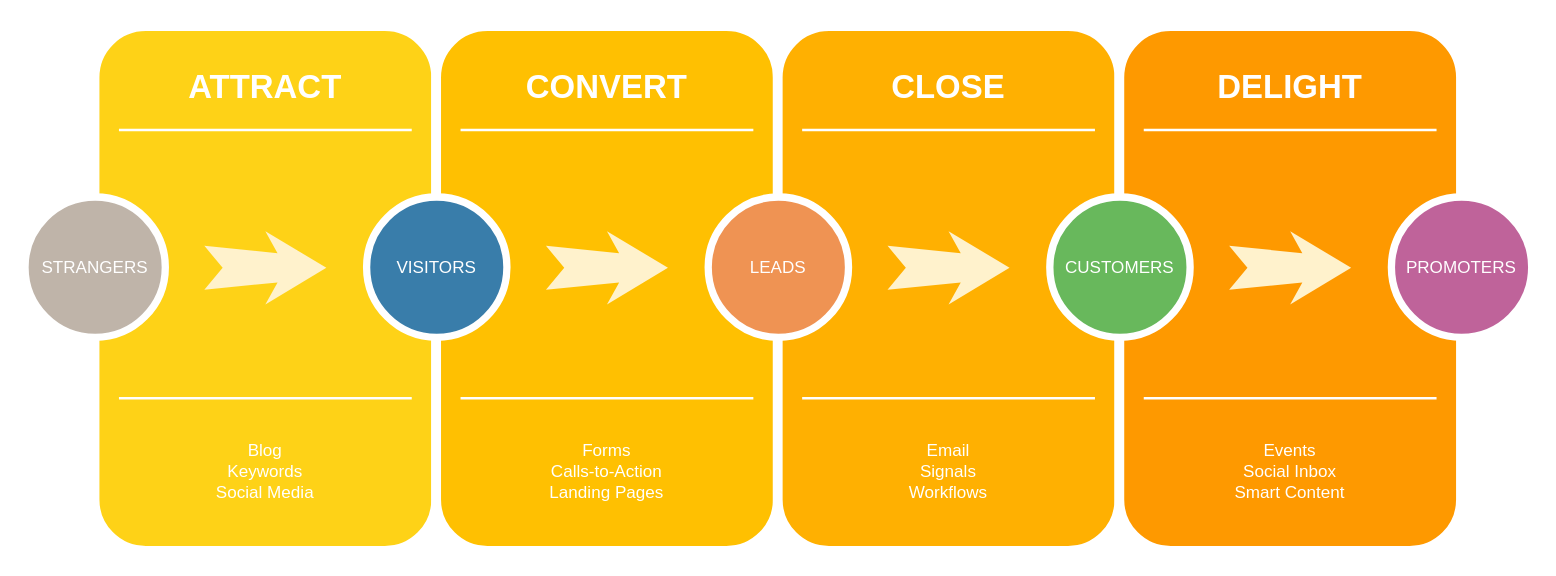
dmstjdhdh/Git-Tutorial keeps this draw.io diagram as Untitled Diagram.drawio. Above is the earlier version. Source tidied: cells renumbered, new cells numbered last; positions are measured from the earlier drawing's top-left corner, leaving out a move shared by most shapes. Both pictures are drawn from the tidied source at 122%, with x=0, y=0 at pixel (24, 26).
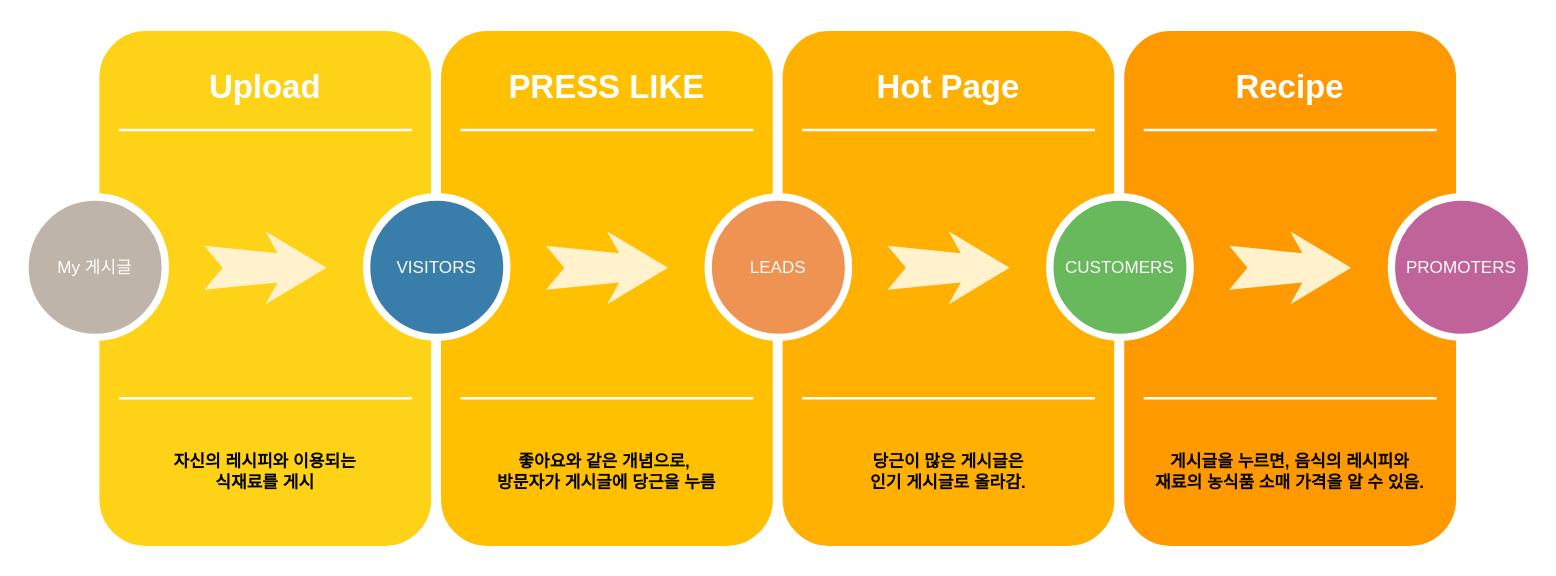
After the change.

Change to the diagram source:
```diff
@@
-    <mxCell id="3" value="ATTRACT" style="text;html=1;strokeColor=none;fillColor=none;align=center;verticalAlign=middle;whiteSpace=wrap;rounded=0;shadow=0;fontSize=27;fontColor=#FFFFFF;fontStyle=1;" parent="1" vertex="1">
+    <mxCell id="3" value="Upload" style="text;html=1;strokeColor=none;fillColor=none;align=center;verticalAlign=middle;whiteSpace=wrap;rounded=0;shadow=0;fontSize=27;fontColor=#FFFFFF;fontStyle=1;" parent="1" vertex="1">
       <mxGeometry x="57" y="20" width="280" height="60" as="geometry" />
     </mxCell>
-    <mxCell id="4" value="Blog&lt;div&gt;Keywords&lt;/div&gt;&lt;div&gt;Social Media&lt;/div&gt;" style="text;html=1;strokeColor=none;fillColor=none;align=center;verticalAlign=middle;whiteSpace=wrap;rounded=0;shadow=0;fontSize=14;fontColor=#FFFFFF;" parent="1" vertex="1">
+    <mxCell id="4" value="&lt;font color=&quot;#000000&quot;&gt;&lt;b&gt;자신의 레시피와 이용되는&lt;br&gt;식재료를 게시&lt;/b&gt;&lt;/font&gt;" style="text;html=1;strokeColor=none;fillColor=none;align=center;verticalAlign=middle;whiteSpace=wrap;rounded=0;shadow=0;fontSize=14;fontColor=#FFFFFF;" parent="1" vertex="1">
       <mxGeometry x="57" y="320" width="280" height="90" as="geometry" />
     </mxCell>
@@
-    <mxCell id="7" value="STRANGERS" style="ellipse;whiteSpace=wrap;html=1;rounded=0;shadow=0;strokeWidth=6;fontSize=14;align=center;fillColor=#BFB4A9;strokeColor=#FFFFFF;fontColor=#FFFFFF;" parent="1" vertex="1">
+    <mxCell id="7" value="My 게시글" style="ellipse;whiteSpace=wrap;html=1;rounded=0;shadow=0;strokeWidth=6;fontSize=14;align=center;fillColor=#BFB4A9;strokeColor=#FFFFFF;fontColor=#FFFFFF;" parent="1" vertex="1">
       <mxGeometry y="140" width="115" height="115" as="geometry" />
     </mxCell>
@@
-    <mxCell id="10" value="CONVERT" style="text;html=1;strokeColor=none;fillColor=none;align=center;verticalAlign=middle;whiteSpace=wrap;rounded=0;shadow=0;fontSize=27;fontColor=#FFFFFF;fontStyle=1;" parent="1" vertex="1">
+    <mxCell id="10" value="PRESS LIKE" style="text;html=1;strokeColor=none;fillColor=none;align=center;verticalAlign=middle;whiteSpace=wrap;rounded=0;shadow=0;fontSize=27;fontColor=#FFFFFF;fontStyle=1;" parent="1" vertex="1">
       <mxGeometry x="337" y="20" width="280" height="60" as="geometry" />
     </mxCell>
-    <mxCell id="11" value="Forms&lt;div&gt;Calls-to-Action&lt;/div&gt;&lt;div&gt;Landing Pages&lt;/div&gt;" style="text;html=1;strokeColor=none;fillColor=none;align=center;verticalAlign=middle;whiteSpace=wrap;rounded=0;shadow=0;fontSize=14;fontColor=#FFFFFF;" parent="1" vertex="1">
+    <mxCell id="11" value="&lt;font color=&quot;#000000&quot;&gt;&lt;b&gt;좋아요와 같은 개념으로,&amp;nbsp;&lt;br&gt;방문자가 게시글에 당근을 누름&lt;/b&gt;&lt;/font&gt;" style="text;html=1;strokeColor=none;fillColor=none;align=center;verticalAlign=middle;whiteSpace=wrap;rounded=0;shadow=0;fontSize=14;fontColor=#FFFFFF;" parent="1" vertex="1">
       <mxGeometry x="337" y="320" width="280" height="90" as="geometry" />
     </mxCell>
@@
-    <mxCell id="17" value="CLOSE" style="text;html=1;strokeColor=none;fillColor=none;align=center;verticalAlign=middle;whiteSpace=wrap;rounded=0;shadow=0;fontSize=27;fontColor=#FFFFFF;fontStyle=1;" parent="1" vertex="1">
+    <mxCell id="17" value="Hot Page" style="text;html=1;strokeColor=none;fillColor=none;align=center;verticalAlign=middle;whiteSpace=wrap;rounded=0;shadow=0;fontSize=27;fontColor=#FFFFFF;fontStyle=1;" parent="1" vertex="1">
       <mxGeometry x="617" y="20" width="280" height="60" as="geometry" />
     </mxCell>
-    <mxCell id="18" value="Email&lt;div&gt;Signals&lt;/div&gt;&lt;div&gt;Workflows&lt;/div&gt;" style="text;html=1;strokeColor=none;fillColor=none;align=center;verticalAlign=middle;whiteSpace=wrap;rounded=0;shadow=0;fontSize=14;fontColor=#FFFFFF;" parent="1" vertex="1">
+    <mxCell id="18" value="&lt;font color=&quot;#000000&quot;&gt;&lt;b&gt;당근이 많은 게시글은&lt;br&gt;인기 게시글로 올라감.&lt;/b&gt;&lt;/font&gt;" style="text;html=1;strokeColor=none;fillColor=none;align=center;verticalAlign=middle;whiteSpace=wrap;rounded=0;shadow=0;fontSize=14;fontColor=#FFFFFF;" parent="1" vertex="1">
       <mxGeometry x="617" y="320" width="280" height="90" as="geometry" />
     </mxCell>
@@
-    <mxCell id="24" value="DELIGHT" style="text;html=1;strokeColor=none;fillColor=none;align=center;verticalAlign=middle;whiteSpace=wrap;rounded=0;shadow=0;fontSize=27;fontColor=#FFFFFF;fontStyle=1;" parent="1" vertex="1">
+    <mxCell id="24" value="Recipe" style="text;html=1;strokeColor=none;fillColor=none;align=center;verticalAlign=middle;whiteSpace=wrap;rounded=0;shadow=0;fontSize=27;fontColor=#FFFFFF;fontStyle=1;" parent="1" vertex="1">
       <mxGeometry x="897" y="20" width="280" height="60" as="geometry" />
     </mxCell>
-    <mxCell id="25" value="Events&lt;div&gt;Social Inbox&lt;/div&gt;&lt;div&gt;Smart Content&lt;/div&gt;" style="text;html=1;strokeColor=none;fillColor=none;align=center;verticalAlign=middle;whiteSpace=wrap;rounded=0;shadow=0;fontSize=14;fontColor=#FFFFFF;" parent="1" vertex="1">
+    <mxCell id="25" value="&lt;b&gt;&lt;font color=&quot;#000000&quot;&gt;게시글을 누르면, 음식의 레시피와&lt;br&gt;재료의 농식품 소매 가격을 알 수 있음.&lt;/font&gt;&lt;/b&gt;" style="text;html=1;strokeColor=none;fillColor=none;align=center;verticalAlign=middle;whiteSpace=wrap;rounded=0;shadow=0;fontSize=14;fontColor=#FFFFFF;" parent="1" vertex="1">
       <mxGeometry x="897" y="320" width="280" height="90" as="geometry" />
     </mxCell>
```
